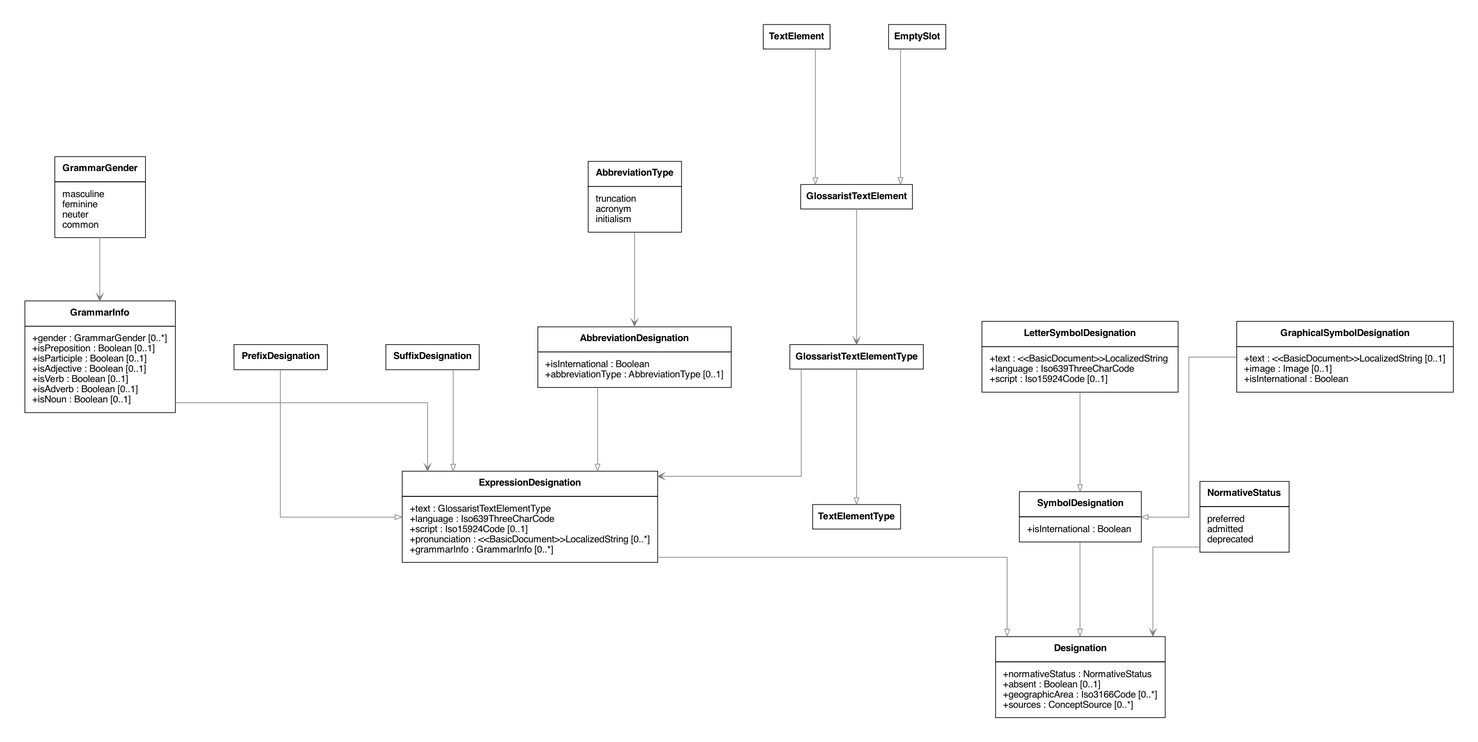
Earlier version of the Graphviz export lutaml/Designations.png (glossarist/concept-model). Its source is kept beside it as lutaml/Designations.dot.
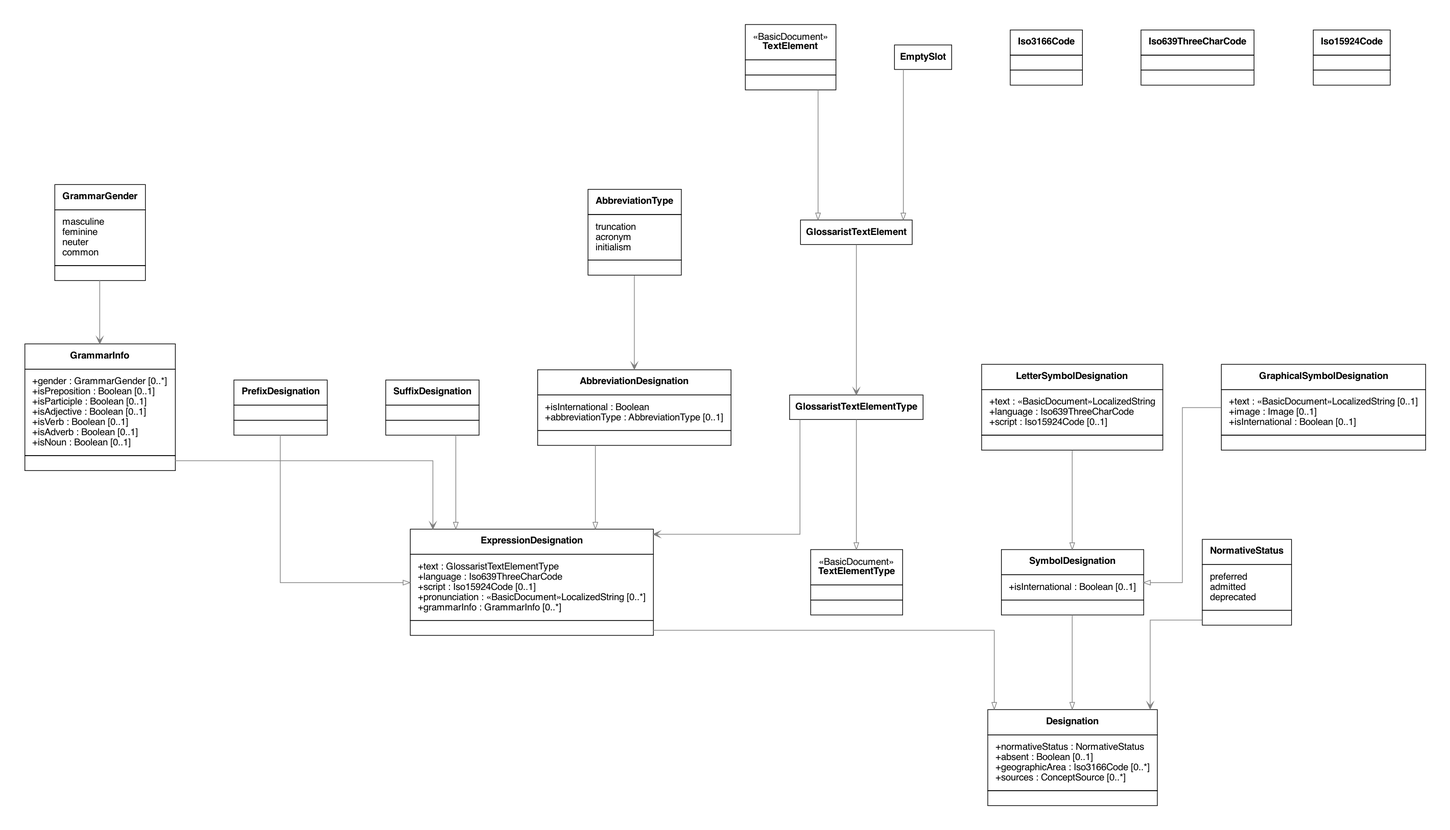
The same file after the commit.

Diff of the diagram source:
```diff
@@ -6,18 +6,74 @@
   Designation [shape="plain" fontname="Helvetica" label=<
     <TABLE BORDER="0" CELLBORDER="1" CELLSPACING="0" CELLPADDING="10">
     <TR>
-    <TD><B>Designation</B></TD>
+    <TD><TABLE BORDER="0" CELLPADDING="0" CELLSPACING="0">
+    <TR><TD ALIGN="CENTER"><B>Designation</B></TD></TR>
+  </TABLE>
+  </TD>
   </TR>
 
   <TR>
-    <TD>
-          <TABLE BORDER="0" CELLPADDING="0" CELLSPACING="0">
-            <TR><TD ALIGN="LEFT">+normativeStatus : NormativeStatus </TD></TR>
+    <TD><TABLE BORDER="0" CELLPADDING="0" CELLSPACING="0">
+              <TR><TD ALIGN="LEFT">+normativeStatus : NormativeStatus</TD></TR>
             <TR><TD ALIGN="LEFT">+absent : Boolean &#91;0..1&#93;</TD></TR>
             <TR><TD ALIGN="LEFT">+geographicArea : Iso3166Code &#91;0..*&#93;</TD></TR>
             <TR><TD ALIGN="LEFT">+sources : ConceptSource &#91;0..*&#93;</TD></TR>
-          </TABLE>
+  </TABLE>
         </TD>
+  </TR>
+
+  <TR>
+    <TD><TABLE BORDER="0" CELLPADDING="0" CELLSPACING="0">
+    <TR><TD ALIGN="LEFT"></TD></TR>
+  </TABLE></TD>
+  </TR>
+
+  </TABLE>
+  >]
+
+  TextElement [shape="plain" fontname="Helvetica" label=<
+    <TABLE BORDER="0" CELLBORDER="1" CELLSPACING="0" CELLPADDING="10">
+    <TR>
+    <TD><TABLE BORDER="0" CELLPADDING="0" CELLSPACING="0">
+    <TR><TD ALIGN="CENTER">«BasicDocument»</TD></TR>\n<TR><TD ALIGN="CENTER"><B>TextElement</B></TD></TR>
+  </TABLE>
+  </TD>
+  </TR>
+
+  <TR>
+    <TD><TABLE BORDER="0" CELLPADDING="0" CELLSPACING="0">
+    <TR><TD ALIGN="LEFT"></TD></TR>
+  </TABLE></TD>
+  </TR>
+
+  <TR>
+    <TD><TABLE BORDER="0" CELLPADDING="0" CELLSPACING="0">
+    <TR><TD ALIGN="LEFT"></TD></TR>
+  </TABLE></TD>
+  </TR>
+
+  </TABLE>
+  >]
+
+  TextElementType [shape="plain" fontname="Helvetica" label=<
+    <TABLE BORDER="0" CELLBORDER="1" CELLSPACING="0" CELLPADDING="10">
+    <TR>
+    <TD><TABLE BORDER="0" CELLPADDING="0" CELLSPACING="0">
+    <TR><TD ALIGN="CENTER">«BasicDocument»</TD></TR>\n<TR><TD ALIGN="CENTER"><B>TextElementType</B></TD></TR>
+  </TABLE>
+  </TD>
+  </TR>
+
+  <TR>
+    <TD><TABLE BORDER="0" CELLPADDING="0" CELLSPACING="0">
+    <TR><TD ALIGN="LEFT"></TD></TR>
+  </TABLE></TD>
+  </TR>
+
+  <TR>
+    <TD><TABLE BORDER="0" CELLPADDING="0" CELLSPACING="0">
+    <TR><TD ALIGN="LEFT"></TD></TR>
+  </TABLE></TD>
   </TR>
 
   </TABLE>
@@ -26,19 +82,27 @@
   ExpressionDesignation [shape="plain" fontname="Helvetica" label=<
     <TABLE BORDER="0" CELLBORDER="1" CELLSPACING="0" CELLPADDING="10">
     <TR>
-    <TD><B>ExpressionDesignation</B></TD>
+    <TD><TABLE BORDER="0" CELLPADDING="0" CELLSPACING="0">
+    <TR><TD ALIGN="CENTER"><B>ExpressionDesignation</B></TD></TR>
+  </TABLE>
+  </TD>
   </TR>
 
   <TR>
-    <TD>
-          <TABLE BORDER="0" CELLPADDING="0" CELLSPACING="0">
-            <TR><TD ALIGN="LEFT">+text : GlossaristTextElementType </TD></TR>
-            <TR><TD ALIGN="LEFT">+language : Iso639ThreeCharCode </TD></TR>
+    <TD><TABLE BORDER="0" CELLPADDING="0" CELLSPACING="0">
+              <TR><TD ALIGN="LEFT">+text : GlossaristTextElementType</TD></TR>
+            <TR><TD ALIGN="LEFT">+language : Iso639ThreeCharCode</TD></TR>
             <TR><TD ALIGN="LEFT">+script : Iso15924Code &#91;0..1&#93;</TD></TR>
-            <TR><TD ALIGN="LEFT">+pronunciation : &#60;&#60;BasicDocument&#62;&#62;LocalizedString &#91;0..*&#93;</TD></TR>
+            <TR><TD ALIGN="LEFT">+pronunciation : «BasicDocument»LocalizedString &#91;0..*&#93;</TD></TR>
             <TR><TD ALIGN="LEFT">+grammarInfo : GrammarInfo &#91;0..*&#93;</TD></TR>
-          </TABLE>
+  </TABLE>
         </TD>
+  </TR>
+
+  <TR>
+    <TD><TABLE BORDER="0" CELLPADDING="0" CELLSPACING="0">
+    <TR><TD ALIGN="LEFT"></TD></TR>
+  </TABLE></TD>
   </TR>
 
   </TABLE>
@@ -47,21 +111,29 @@
   GrammarInfo [shape="plain" fontname="Helvetica" label=<
     <TABLE BORDER="0" CELLBORDER="1" CELLSPACING="0" CELLPADDING="10">
     <TR>
-    <TD><B>GrammarInfo</B></TD>
+    <TD><TABLE BORDER="0" CELLPADDING="0" CELLSPACING="0">
+    <TR><TD ALIGN="CENTER"><B>GrammarInfo</B></TD></TR>
+  </TABLE>
+  </TD>
   </TR>
 
   <TR>
-    <TD>
-          <TABLE BORDER="0" CELLPADDING="0" CELLSPACING="0">
-            <TR><TD ALIGN="LEFT">+gender : GrammarGender &#91;0..*&#93;</TD></TR>
+    <TD><TABLE BORDER="0" CELLPADDING="0" CELLSPACING="0">
+              <TR><TD ALIGN="LEFT">+gender : GrammarGender &#91;0..*&#93;</TD></TR>
             <TR><TD ALIGN="LEFT">+isPreposition : Boolean &#91;0..1&#93;</TD></TR>
             <TR><TD ALIGN="LEFT">+isParticiple : Boolean &#91;0..1&#93;</TD></TR>
             <TR><TD ALIGN="LEFT">+isAdjective : Boolean &#91;0..1&#93;</TD></TR>
             <TR><TD ALIGN="LEFT">+isVerb : Boolean &#91;0..1&#93;</TD></TR>
             <TR><TD ALIGN="LEFT">+isAdverb : Boolean &#91;0..1&#93;</TD></TR>
             <TR><TD ALIGN="LEFT">+isNoun : Boolean &#91;0..1&#93;</TD></TR>
-          </TABLE>
+  </TABLE>
         </TD>
+  </TR>
+
+  <TR>
+    <TD><TABLE BORDER="0" CELLPADDING="0" CELLSPACING="0">
+    <TR><TD ALIGN="LEFT"></TD></TR>
+  </TABLE></TD>
   </TR>
 
   </TABLE>
@@ -70,15 +142,23 @@
   SymbolDesignation [shape="plain" fontname="Helvetica" label=<
     <TABLE BORDER="0" CELLBORDER="1" CELLSPACING="0" CELLPADDING="10">
     <TR>
-    <TD><B>SymbolDesignation</B></TD>
+    <TD><TABLE BORDER="0" CELLPADDING="0" CELLSPACING="0">
+    <TR><TD ALIGN="CENTER"><B>SymbolDesignation</B></TD></TR>
+  </TABLE>
+  </TD>
   </TR>
 
   <TR>
-    <TD>
-          <TABLE BORDER="0" CELLPADDING="0" CELLSPACING="0">
-            <TR><TD ALIGN="LEFT">+isInternational : Boolean </TD></TR>
-          </TABLE>
+    <TD><TABLE BORDER="0" CELLPADDING="0" CELLSPACING="0">
+              <TR><TD ALIGN="LEFT">+isInternational : Boolean &#91;0..1&#93;</TD></TR>
+  </TABLE>
         </TD>
+  </TR>
+
+  <TR>
+    <TD><TABLE BORDER="0" CELLPADDING="0" CELLSPACING="0">
+    <TR><TD ALIGN="LEFT"></TD></TR>
+  </TABLE></TD>
   </TR>
 
   </TABLE>
@@ -87,7 +167,22 @@
   PrefixDesignation [shape="plain" fontname="Helvetica" label=<
     <TABLE BORDER="0" CELLBORDER="1" CELLSPACING="0" CELLPADDING="10">
     <TR>
-    <TD><B>PrefixDesignation</B></TD>
+    <TD><TABLE BORDER="0" CELLPADDING="0" CELLSPACING="0">
+    <TR><TD ALIGN="CENTER"><B>PrefixDesignation</B></TD></TR>
+  </TABLE>
+  </TD>
+  </TR>
+
+  <TR>
+    <TD><TABLE BORDER="0" CELLPADDING="0" CELLSPACING="0">
+    <TR><TD ALIGN="LEFT"></TD></TR>
+  </TABLE></TD>
+  </TR>
+
+  <TR>
+    <TD><TABLE BORDER="0" CELLPADDING="0" CELLSPACING="0">
+    <TR><TD ALIGN="LEFT"></TD></TR>
+  </TABLE></TD>
   </TR>
 
   </TABLE>
@@ -96,7 +191,22 @@
   SuffixDesignation [shape="plain" fontname="Helvetica" label=<
     <TABLE BORDER="0" CELLBORDER="1" CELLSPACING="0" CELLPADDING="10">
     <TR>
-    <TD><B>SuffixDesignation</B></TD>
+    <TD><TABLE BORDER="0" CELLPADDING="0" CELLSPACING="0">
+    <TR><TD ALIGN="CENTER"><B>SuffixDesignation</B></TD></TR>
+  </TABLE>
+  </TD>
+  </TR>
+
+  <TR>
+    <TD><TABLE BORDER="0" CELLPADDING="0" CELLSPACING="0">
+    <TR><TD ALIGN="LEFT"></TD></TR>
+  </TABLE></TD>
+  </TR>
+
+  <TR>
+    <TD><TABLE BORDER="0" CELLPADDING="0" CELLSPACING="0">
+    <TR><TD ALIGN="LEFT"></TD></TR>
+  </TABLE></TD>
   </TR>
 
   </TABLE>
@@ -105,16 +215,24 @@
   AbbreviationDesignation [shape="plain" fontname="Helvetica" label=<
     <TABLE BORDER="0" CELLBORDER="1" CELLSPACING="0" CELLPADDING="10">
     <TR>
-    <TD><B>AbbreviationDesignation</B></TD>
+    <TD><TABLE BORDER="0" CELLPADDING="0" CELLSPACING="0">
+    <TR><TD ALIGN="CENTER"><B>AbbreviationDesignation</B></TD></TR>
+  </TABLE>
+  </TD>
   </TR>
 
   <TR>
-    <TD>
-          <TABLE BORDER="0" CELLPADDING="0" CELLSPACING="0">
-            <TR><TD ALIGN="LEFT">+isInternational : Boolean </TD></TR>
+    <TD><TABLE BORDER="0" CELLPADDING="0" CELLSPACING="0">
+              <TR><TD ALIGN="LEFT">+isInternational : Boolean</TD></TR>
             <TR><TD ALIGN="LEFT">+abbreviationType : AbbreviationType &#91;0..1&#93;</TD></TR>
-          </TABLE>
+  </TABLE>
         </TD>
+  </TR>
+
+  <TR>
+    <TD><TABLE BORDER="0" CELLPADDING="0" CELLSPACING="0">
+    <TR><TD ALIGN="LEFT"></TD></TR>
+  </TABLE></TD>
   </TR>
 
   </TABLE>
@@ -123,17 +241,25 @@
   LetterSymbolDesignation [shape="plain" fontname="Helvetica" label=<
     <TABLE BORDER="0" CELLBORDER="1" CELLSPACING="0" CELLPADDING="10">
     <TR>
-    <TD><B>LetterSymbolDesignation</B></TD>
+    <TD><TABLE BORDER="0" CELLPADDING="0" CELLSPACING="0">
+    <TR><TD ALIGN="CENTER"><B>LetterSymbolDesignation</B></TD></TR>
+  </TABLE>
+  </TD>
   </TR>
 
   <TR>
-    <TD>
-          <TABLE BORDER="0" CELLPADDING="0" CELLSPACING="0">
-            <TR><TD ALIGN="LEFT">+text : &#60;&#60;BasicDocument&#62;&#62;LocalizedString </TD></TR>
-            <TR><TD ALIGN="LEFT">+language : Iso639ThreeCharCode </TD></TR>
+    <TD><TABLE BORDER="0" CELLPADDING="0" CELLSPACING="0">
+              <TR><TD ALIGN="LEFT">+text : «BasicDocument»LocalizedString</TD></TR>
+            <TR><TD ALIGN="LEFT">+language : Iso639ThreeCharCode</TD></TR>
             <TR><TD ALIGN="LEFT">+script : Iso15924Code &#91;0..1&#93;</TD></TR>
-          </TABLE>
+  </TABLE>
         </TD>
+  </TR>
+
+  <TR>
+    <TD><TABLE BORDER="0" CELLPADDING="0" CELLSPACING="0">
+    <TR><TD ALIGN="LEFT"></TD></TR>
+  </TABLE></TD>
   </TR>
 
   </TABLE>
@@ -142,17 +268,97 @@
   GraphicalSymbolDesignation [shape="plain" fontname="Helvetica" label=<
     <TABLE BORDER="0" CELLBORDER="1" CELLSPACING="0" CELLPADDING="10">
     <TR>
-    <TD><B>GraphicalSymbolDesignation</B></TD>
+    <TD><TABLE BORDER="0" CELLPADDING="0" CELLSPACING="0">
+    <TR><TD ALIGN="CENTER"><B>GraphicalSymbolDesignation</B></TD></TR>
+  </TABLE>
+  </TD>
   </TR>
 
   <TR>
-    <TD>
-          <TABLE BORDER="0" CELLPADDING="0" CELLSPACING="0">
-            <TR><TD ALIGN="LEFT">+text : &#60;&#60;BasicDocument&#62;&#62;LocalizedString &#91;0..1&#93;</TD></TR>
+    <TD><TABLE BORDER="0" CELLPADDING="0" CELLSPACING="0">
+              <TR><TD ALIGN="LEFT">+text : «BasicDocument»LocalizedString &#91;0..1&#93;</TD></TR>
             <TR><TD ALIGN="LEFT">+image : Image &#91;0..1&#93;</TD></TR>
-            <TR><TD ALIGN="LEFT">+isInternational : Boolean </TD></TR>
-          </TABLE>
+            <TR><TD ALIGN="LEFT">+isInternational : Boolean &#91;0..1&#93;</TD></TR>
+  </TABLE>
         </TD>
+  </TR>
+
+  <TR>
+    <TD><TABLE BORDER="0" CELLPADDING="0" CELLSPACING="0">
+    <TR><TD ALIGN="LEFT"></TD></TR>
+  </TABLE></TD>
+  </TR>
+
+  </TABLE>
+  >]
+
+  Iso3166Code [shape="plain" fontname="Helvetica" label=<
+    <TABLE BORDER="0" CELLBORDER="1" CELLSPACING="0" CELLPADDING="10">
+    <TR>
+    <TD><TABLE BORDER="0" CELLPADDING="0" CELLSPACING="0">
+    <TR><TD ALIGN="CENTER"><B>Iso3166Code</B></TD></TR>
+  </TABLE>
+  </TD>
+  </TR>
+
+  <TR>
+    <TD><TABLE BORDER="0" CELLPADDING="0" CELLSPACING="0">
+    <TR><TD ALIGN="LEFT"></TD></TR>
+  </TABLE></TD>
+  </TR>
+
+  <TR>
+    <TD><TABLE BORDER="0" CELLPADDING="0" CELLSPACING="0">
+    <TR><TD ALIGN="LEFT"></TD></TR>
+  </TABLE></TD>
+  </TR>
+
+  </TABLE>
+  >]
+
+  Iso639ThreeCharCode [shape="plain" fontname="Helvetica" label=<
+    <TABLE BORDER="0" CELLBORDER="1" CELLSPACING="0" CELLPADDING="10">
+    <TR>
+    <TD><TABLE BORDER="0" CELLPADDING="0" CELLSPACING="0">
+    <TR><TD ALIGN="CENTER"><B>Iso639ThreeCharCode</B></TD></TR>
+  </TABLE>
+  </TD>
+  </TR>
+
+  <TR>
+    <TD><TABLE BORDER="0" CELLPADDING="0" CELLSPACING="0">
+    <TR><TD ALIGN="LEFT"></TD></TR>
+  </TABLE></TD>
+  </TR>
+
+  <TR>
+    <TD><TABLE BORDER="0" CELLPADDING="0" CELLSPACING="0">
+    <TR><TD ALIGN="LEFT"></TD></TR>
+  </TABLE></TD>
+  </TR>
+
+  </TABLE>
+  >]
+
+  Iso15924Code [shape="plain" fontname="Helvetica" label=<
+    <TABLE BORDER="0" CELLBORDER="1" CELLSPACING="0" CELLPADDING="10">
+    <TR>
+    <TD><TABLE BORDER="0" CELLPADDING="0" CELLSPACING="0">
+    <TR><TD ALIGN="CENTER"><B>Iso15924Code</B></TD></TR>
+  </TABLE>
+  </TD>
+  </TR>
+
+  <TR>
+    <TD><TABLE BORDER="0" CELLPADDING="0" CELLSPACING="0">
+    <TR><TD ALIGN="LEFT"></TD></TR>
+  </TABLE></TD>
+  </TR>
+
+  <TR>
+    <TD><TABLE BORDER="0" CELLPADDING="0" CELLSPACING="0">
+    <TR><TD ALIGN="LEFT"></TD></TR>
+  </TABLE></TD>
   </TR>
 
   </TABLE>
@@ -161,17 +367,25 @@
   NormativeStatus [shape="plain" fontname="Helvetica" label=<
     <TABLE BORDER="0" CELLBORDER="1" CELLSPACING="0" CELLPADDING="10">
     <TR>
-    <TD><B>NormativeStatus</B></TD>
+    <TD><TABLE BORDER="0" CELLPADDING="0" CELLSPACING="0">
+    <TR><TD ALIGN="CENTER"><B>NormativeStatus</B></TD></TR>
+  </TABLE>
+  </TD>
   </TR>
 
   <TR>
-    <TD>
-          <TABLE BORDER="0" CELLPADDING="0" CELLSPACING="0">
-            <TR><TD ALIGN="LEFT">preferred</TD></TR>
+    <TD><TABLE BORDER="0" CELLPADDING="0" CELLSPACING="0">
+              <TR><TD ALIGN="LEFT">preferred</TD></TR>
             <TR><TD ALIGN="LEFT">admitted</TD></TR>
             <TR><TD ALIGN="LEFT">deprecated</TD></TR>
-          </TABLE>
+  </TABLE>
         </TD>
+  </TR>
+
+  <TR>
+    <TD><TABLE BORDER="0" CELLPADDING="0" CELLSPACING="0">
+    <TR><TD ALIGN="LEFT"></TD></TR>
+  </TABLE></TD>
   </TR>
 
   </TABLE>
@@ -180,17 +394,25 @@
   AbbreviationType [shape="plain" fontname="Helvetica" label=<
     <TABLE BORDER="0" CELLBORDER="1" CELLSPACING="0" CELLPADDING="10">
     <TR>
-    <TD><B>AbbreviationType</B></TD>
+    <TD><TABLE BORDER="0" CELLPADDING="0" CELLSPACING="0">
+    <TR><TD ALIGN="CENTER"><B>AbbreviationType</B></TD></TR>
+  </TABLE>
+  </TD>
   </TR>
 
   <TR>
-    <TD>
-          <TABLE BORDER="0" CELLPADDING="0" CELLSPACING="0">
-            <TR><TD ALIGN="LEFT">truncation</TD></TR>
+    <TD><TABLE BORDER="0" CELLPADDING="0" CELLSPACING="0">
+              <TR><TD ALIGN="LEFT">truncation</TD></TR>
             <TR><TD ALIGN="LEFT">acronym</TD></TR>
             <TR><TD ALIGN="LEFT">initialism</TD></TR>
-          </TABLE>
+  </TABLE>
         </TD>
+  </TR>
+
+  <TR>
+    <TD><TABLE BORDER="0" CELLPADDING="0" CELLSPACING="0">
+    <TR><TD ALIGN="LEFT"></TD></TR>
+  </TABLE></TD>
   </TR>
 
   </TABLE>
@@ -199,18 +421,26 @@
   GrammarGender [shape="plain" fontname="Helvetica" label=<
     <TABLE BORDER="0" CELLBORDER="1" CELLSPACING="0" CELLPADDING="10">
     <TR>
-    <TD><B>GrammarGender</B></TD>
+    <TD><TABLE BORDER="0" CELLPADDING="0" CELLSPACING="0">
+    <TR><TD ALIGN="CENTER"><B>GrammarGender</B></TD></TR>
+  </TABLE>
+  </TD>
   </TR>
 
   <TR>
-    <TD>
-          <TABLE BORDER="0" CELLPADDING="0" CELLSPACING="0">
-            <TR><TD ALIGN="LEFT">masculine</TD></TR>
+    <TD><TABLE BORDER="0" CELLPADDING="0" CELLSPACING="0">
+              <TR><TD ALIGN="LEFT">masculine</TD></TR>
             <TR><TD ALIGN="LEFT">feminine</TD></TR>
             <TR><TD ALIGN="LEFT">neuter</TD></TR>
             <TR><TD ALIGN="LEFT">common</TD></TR>
-          </TABLE>
+  </TABLE>
         </TD>
+  </TR>
+
+  <TR>
+    <TD><TABLE BORDER="0" CELLPADDING="0" CELLSPACING="0">
+    <TR><TD ALIGN="LEFT"></TD></TR>
+  </TABLE></TD>
   </TR>
 
   </TABLE>
```
